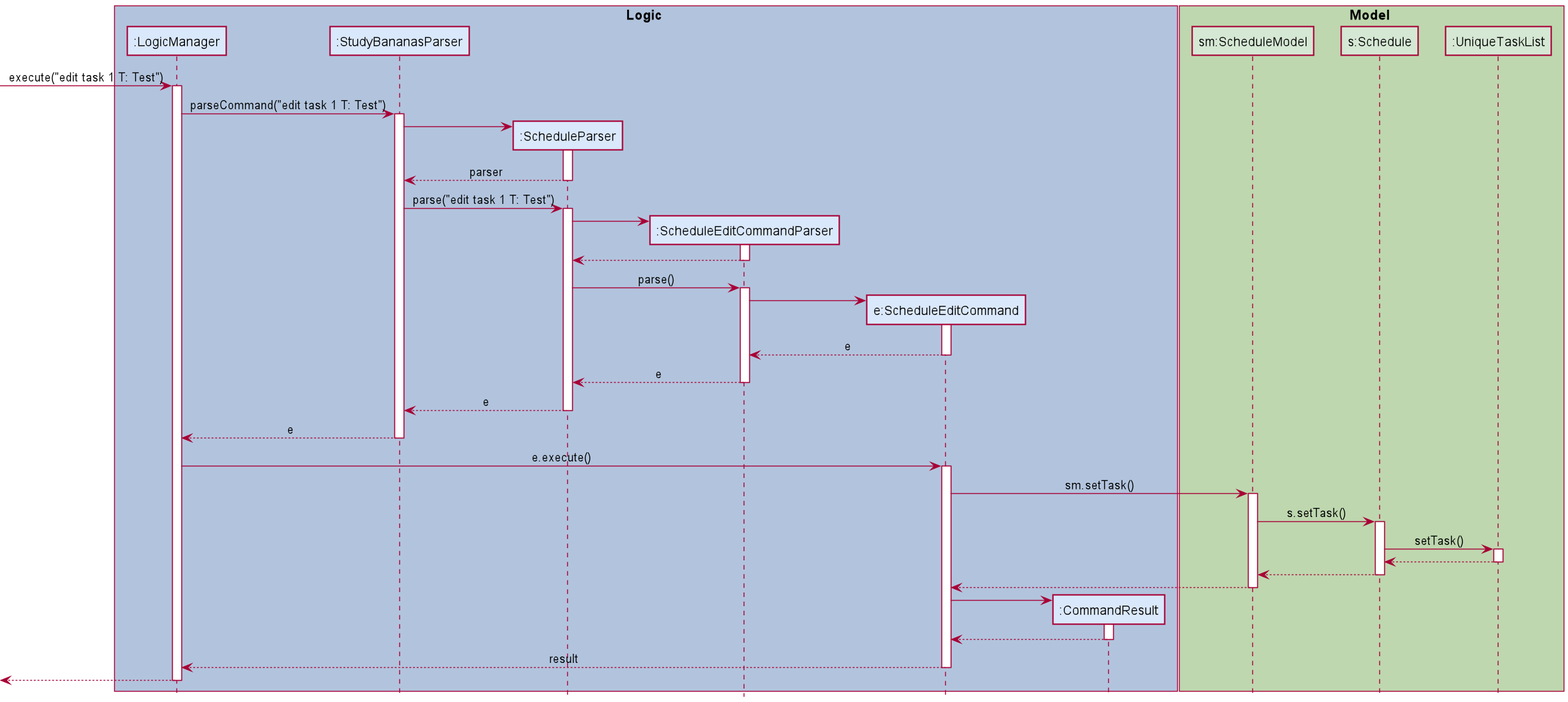
Before: docs/images/EditTaskSequenceDiagram.png, a diagram exported from PlantUML (petrickjerico/tp).
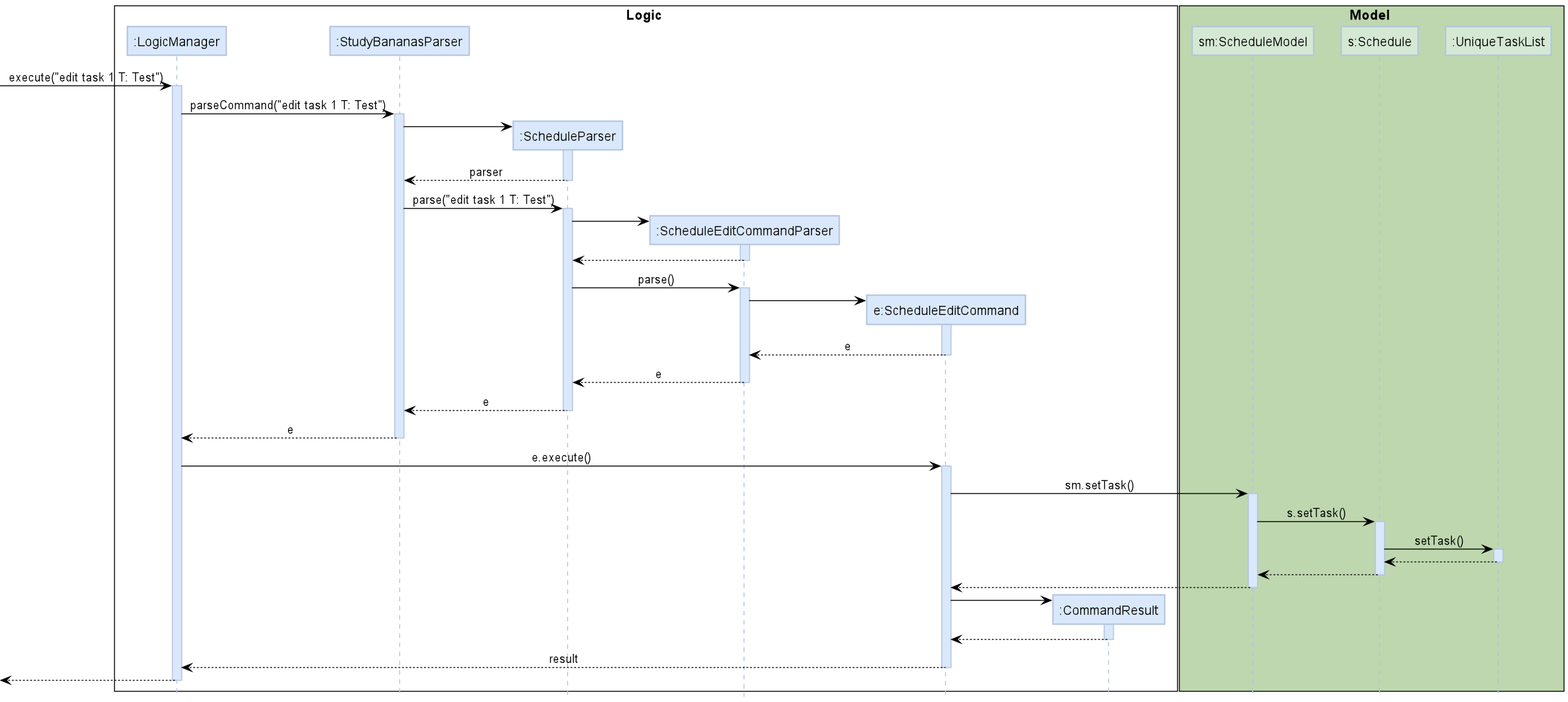
The same diagram one commit later.

Commit message:
Standardize sequence diagram colour scheme

What changed in the source:
```diff
@@ -1,7 +1,16 @@
 @startuml
 !include style.puml
 
-box Logic LOGIC_COLOR_T1
+skinparam participantBorderColor LOGIC_COLOR_T1
+skinparam sequence {
+ArrowColor #000000
+ActorBorderColor LOGIC_COLOR_T1
+LifeLineBorderColor LOGIC_COLOR_T1
+LifeLineBackgroundColor LOGIC_COLOR
+}
+skinparam sequenceBoxBorderColor #black
+
+box Logic #FFFFFF
 participant ":LogicManager" as LogicManager LOGIC_COLOR
 participant ":StudyBananasParser" as StudyBananasParser LOGIC_COLOR
 participant ":ScheduleParser" as ScheduleParser LOGIC_COLOR
```
